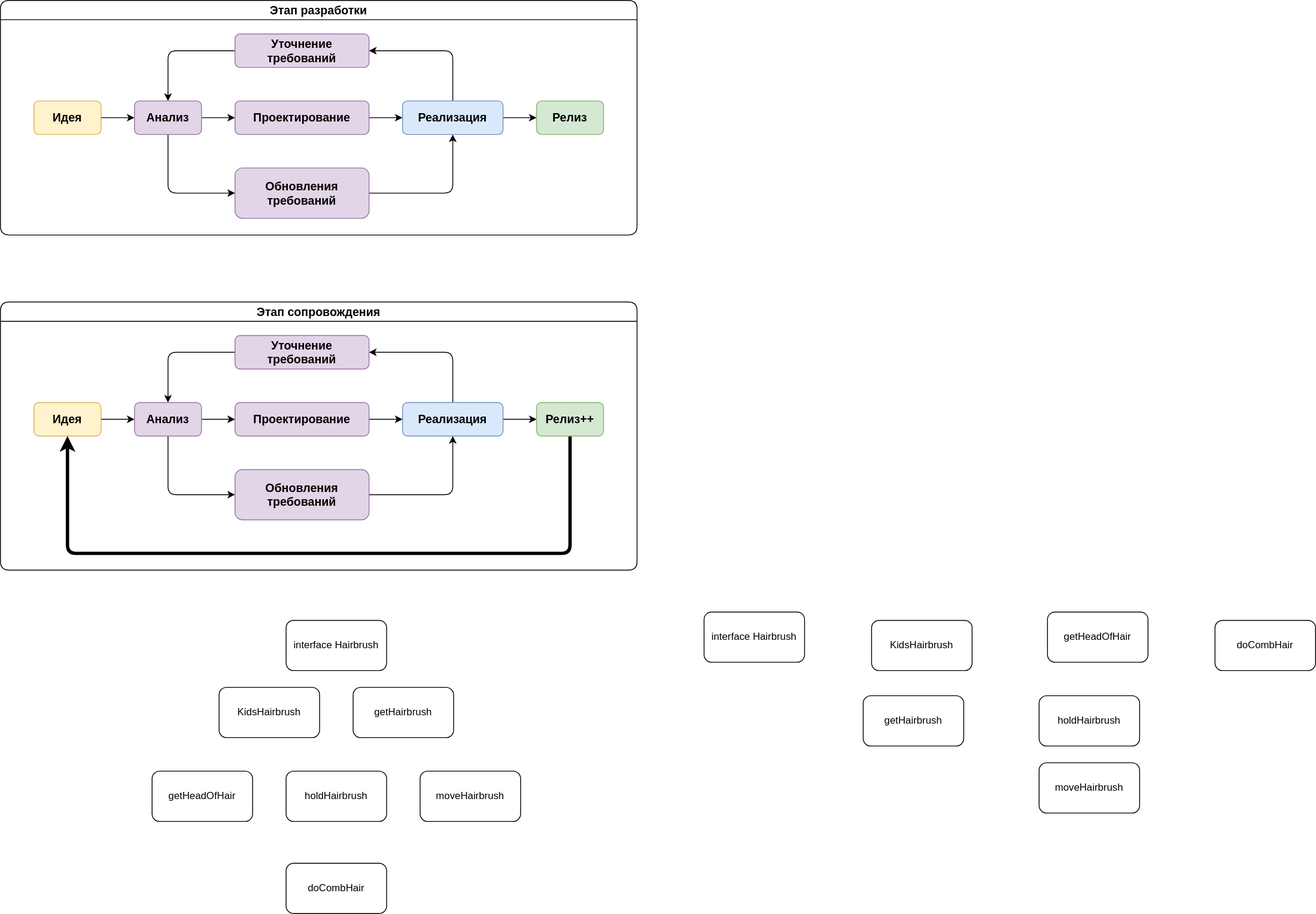
The draw.io diagram Жизненный цикл проекта.drawio.svg in taraswww777/diagrams.net, before a commit. Source tidied: cells renumbered, new cells last; positions are measured from the earlier drawing's top-left corner, leaving out a move shared by most shapes.
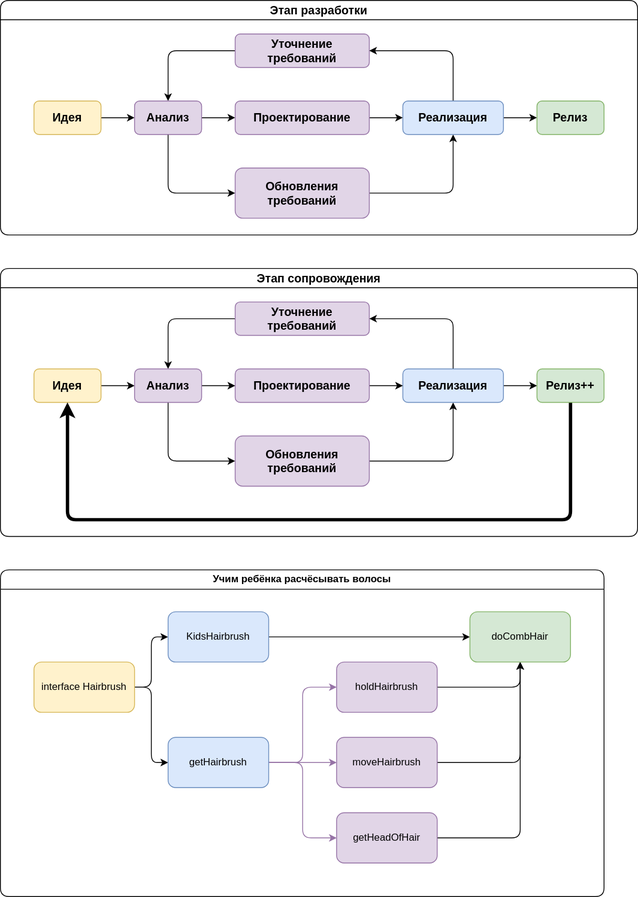
Above is the later version.

Commit message:
Учим ребёнка расчёсывать волосы - Обновление Жизненный цикл проекта.drawio.svg

The edit, as a diff of the source:
```diff
@@ -59,7 +59,7 @@
       <mxGeometry x="160" y="120" width="80" height="40" as="geometry" />
     </mxCell>
     <mxCell id="18" value="Этап сопровождения" style="swimlane;whiteSpace=wrap;html=1;rounded=1;fontSize=14;labelBackgroundColor=none;swimlaneFillColor=#FFFFFF;glass=0;perimeterSpacing=0;" parent="1" vertex="1">
-      <mxGeometry y="360" width="760" height="320" as="geometry" />
+      <mxGeometry y="320" width="760" height="320" as="geometry" />
     </mxCell>
     <mxCell id="19" style="edgeStyle=orthogonalEdgeStyle;rounded=1;jettySize=auto;html=1;fontStyle=1;fontSize=14;" parent="18" edge="1" source="20" target="34">
       <mxGeometry relative="1" as="geometry" />
@@ -122,47 +122,56 @@
     <mxCell id="34" value="Анализ" style="rounded=1;whiteSpace=wrap;html=1;fillColor=#e1d5e7;strokeColor=#9673a6;fontStyle=1;fontSize=14;" parent="18" vertex="1">
       <mxGeometry x="160" y="120" width="80" height="40" as="geometry" />
     </mxCell>
-    <mxCell id="35" value="interface Hairbrush" style="rounded=1;whiteSpace=wrap;html=1;" parent="1" vertex="1">
-      <mxGeometry x="341" y="740" width="120" height="60" as="geometry" />
-    </mxCell>
-    <mxCell id="36" value="moveHairbrush" style="rounded=1;whiteSpace=wrap;html=1;" parent="1" vertex="1">
-      <mxGeometry x="501" y="920" width="120" height="60" as="geometry" />
-    </mxCell>
-    <mxCell id="37" value="getHeadOfHair" style="rounded=1;whiteSpace=wrap;html=1;" parent="1" vertex="1">
-      <mxGeometry x="181" y="920" width="120" height="60" as="geometry" />
-    </mxCell>
-    <mxCell id="38" value="holdHairbrush" style="rounded=1;whiteSpace=wrap;html=1;" parent="1" vertex="1">
-      <mxGeometry x="341" y="920" width="120" height="60" as="geometry" />
-    </mxCell>
-    <mxCell id="39" value="getHairbrush" style="rounded=1;whiteSpace=wrap;html=1;" parent="1" vertex="1">
-      <mxGeometry x="421" y="820" width="120" height="60" as="geometry" />
-    </mxCell>
-    <mxCell id="40" value="KidsHairbrush" style="rounded=1;whiteSpace=wrap;html=1;" parent="1" vertex="1">
-      <mxGeometry x="261" y="820" width="120" height="60" as="geometry" />
-    </mxCell>
-    <mxCell id="41" value="doCombHair" style="rounded=1;whiteSpace=wrap;html=1;" parent="1" vertex="1">
-      <mxGeometry x="341" y="1030" width="120" height="60" as="geometry" />
-    </mxCell>
+    <mxCell id="49" value="Учим ребёнка расчёсывать волосы" style="swimlane;whiteSpace=wrap;html=1;swimlaneLine=1;rounded=1;swimlaneFillColor=#FFFFFF;gradientColor=none;" parent="1" vertex="1">
+      <mxGeometry y="680" width="720" height="390" as="geometry" />
+    </mxCell>
+    <mxCell id="50" style="edgeStyle=orthogonalEdgeStyle;rounded=1;jettySize=auto;html=1;entryX=0;entryY=0.5;entryDx=0;entryDy=0;swimlaneLine=1;curved=0;" parent="49" edge="1" source="42" target="47">
+      <mxGeometry relative="1" as="geometry" />
+    </mxCell>
+    <mxCell id="51" style="edgeStyle=orthogonalEdgeStyle;rounded=1;jettySize=auto;html=1;entryX=0;entryY=0.5;entryDx=0;entryDy=0;swimlaneLine=1;curved=0;" parent="49" edge="1" source="42" target="46">
+      <mxGeometry relative="1" as="geometry" />
+    </mxCell>
-    <mxCell id="42" value="interface Hairbrush" style="rounded=1;whiteSpace=wrap;html=1;" parent="1" vertex="1">
-      <mxGeometry x="840" y="730" width="120" height="60" as="geometry" />
+    <mxCell id="42" value="interface Hairbrush" style="rounded=1;whiteSpace=wrap;html=1;swimlaneLine=1;fillColor=#fff2cc;strokeColor=#d6b656;" parent="49" vertex="1">
+      <mxGeometry x="40" y="110" width="120" height="60" as="geometry" />
     </mxCell>
+    <mxCell id="52" style="edgeStyle=orthogonalEdgeStyle;rounded=1;jettySize=auto;html=1;entryX=0.5;entryY=1;entryDx=0;entryDy=0;swimlaneLine=1;curved=0;" parent="49" edge="1" source="43" target="48">
+      <mxGeometry relative="1" as="geometry" />
+    </mxCell>
-    <mxCell id="43" value="moveHairbrush" style="rounded=1;whiteSpace=wrap;html=1;" parent="1" vertex="1">
-      <mxGeometry x="1240" y="910" width="120" height="60" as="geometry" />
+    <mxCell id="43" value="moveHairbrush" style="rounded=1;whiteSpace=wrap;html=1;swimlaneLine=1;fillColor=#e1d5e7;strokeColor=#9673a6;" parent="49" vertex="1">
+      <mxGeometry x="401" y="200" width="120" height="60" as="geometry" />
     </mxCell>
+    <mxCell id="53" style="edgeStyle=orthogonalEdgeStyle;rounded=1;jettySize=auto;html=1;entryX=0.5;entryY=1;entryDx=0;entryDy=0;swimlaneLine=1;curved=0;" parent="49" edge="1" source="44" target="48">
+      <mxGeometry relative="1" as="geometry" />
+    </mxCell>
-    <mxCell id="44" value="getHeadOfHair" style="rounded=1;whiteSpace=wrap;html=1;" parent="1" vertex="1">
-      <mxGeometry x="1250" y="730" width="120" height="60" as="geometry" />
+    <mxCell id="44" value="getHeadOfHair" style="rounded=1;whiteSpace=wrap;html=1;swimlaneLine=1;fillColor=#e1d5e7;strokeColor=#9673a6;" parent="49" vertex="1">
+      <mxGeometry x="401" y="290" width="120" height="60" as="geometry" />
     </mxCell>
+    <mxCell id="54" style="edgeStyle=orthogonalEdgeStyle;rounded=1;jettySize=auto;html=1;entryX=0.5;entryY=1;entryDx=0;entryDy=0;swimlaneLine=1;curved=0;" parent="49" edge="1" source="45" target="48">
+      <mxGeometry relative="1" as="geometry" />
+    </mxCell>
-    <mxCell id="45" value="holdHairbrush" style="rounded=1;whiteSpace=wrap;html=1;" parent="1" vertex="1">
-      <mxGeometry x="1240" y="830" width="120" height="60" as="geometry" />
+    <mxCell id="45" value="holdHairbrush" style="rounded=1;whiteSpace=wrap;html=1;swimlaneLine=1;fillColor=#e1d5e7;strokeColor=#9673a6;" parent="49" vertex="1">
+      <mxGeometry x="401" y="110" width="120" height="60" as="geometry" />
     </mxCell>
+    <mxCell id="55" style="edgeStyle=orthogonalEdgeStyle;rounded=1;jettySize=auto;html=1;entryX=0;entryY=0.5;entryDx=0;entryDy=0;swimlaneLine=1;curved=0;fillColor=#e1d5e7;strokeColor=#9673a6;" parent="49" edge="1" source="46" target="45">
+      <mxGeometry relative="1" as="geometry" />
+    </mxCell>
+    <mxCell id="56" style="edgeStyle=orthogonalEdgeStyle;rounded=1;jettySize=auto;html=1;entryX=0;entryY=0.5;entryDx=0;entryDy=0;swimlaneLine=1;curved=0;fillColor=#e1d5e7;strokeColor=#9673a6;" parent="49" edge="1" source="46" target="43">
+      <mxGeometry relative="1" as="geometry" />
+    </mxCell>
+    <mxCell id="57" style="edgeStyle=orthogonalEdgeStyle;rounded=1;jettySize=auto;html=1;entryX=0;entryY=0.5;entryDx=0;entryDy=0;swimlaneLine=1;curved=0;fillColor=#e1d5e7;strokeColor=#9673a6;" parent="49" edge="1" source="46" target="44">
+      <mxGeometry relative="1" as="geometry" />
+    </mxCell>
-    <mxCell id="46" value="getHairbrush" style="rounded=1;whiteSpace=wrap;html=1;" parent="1" vertex="1">
-      <mxGeometry x="1030" y="830" width="120" height="60" as="geometry" />
+    <mxCell id="46" value="getHairbrush" style="rounded=1;whiteSpace=wrap;html=1;swimlaneLine=1;fillColor=#dae8fc;strokeColor=#6c8ebf;" parent="49" vertex="1">
+      <mxGeometry x="200" y="200" width="120" height="60" as="geometry" />
     </mxCell>
+    <mxCell id="58" style="edgeStyle=orthogonalEdgeStyle;rounded=1;jettySize=auto;html=1;entryX=0;entryY=0.5;entryDx=0;entryDy=0;swimlaneLine=1;curved=0;" parent="49" edge="1" source="47" target="48">
+      <mxGeometry relative="1" as="geometry" />
+    </mxCell>
-    <mxCell id="47" value="KidsHairbrush" style="rounded=1;whiteSpace=wrap;html=1;" parent="1" vertex="1">
-      <mxGeometry x="1040" y="740" width="120" height="60" as="geometry" />
+    <mxCell id="47" value="KidsHairbrush" style="rounded=1;whiteSpace=wrap;html=1;swimlaneLine=1;fillColor=#dae8fc;strokeColor=#6c8ebf;" parent="49" vertex="1">
+      <mxGeometry x="200" y="50" width="120" height="60" as="geometry" />
     </mxCell>
-    <mxCell id="48" value="doCombHair" style="rounded=1;whiteSpace=wrap;html=1;" parent="1" vertex="1">
-      <mxGeometry x="1450" y="740" width="120" height="60" as="geometry" />
+    <mxCell id="48" value="doCombHair" style="rounded=1;whiteSpace=wrap;html=1;swimlaneLine=1;fillColor=#d5e8d4;strokeColor=#82b366;" parent="49" vertex="1">
+      <mxGeometry x="560" y="50" width="120" height="60" as="geometry" />
     </mxCell>
   </root>
 </mxGraphModel>
```
